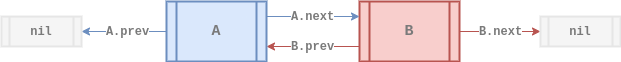
Before: assets/data-structure/linked-list/cll-doubly-example.png, a diagram exported from draw.io (euisblue/vue-blog). Source tidied: cells renumbered, new cells last; positions are measured from the earlier drawing's top-left corner, leaving out a move shared by most shapes. Source of this version:
```xml
<mxGraphModel>
  <root>
    <mxCell id="0" />
    <mxCell id="1" parent="0" />
    <mxCell id="2" value="&lt;b style=&quot;color: rgb(0 , 0 , 0) ; font-size: 11px ; font-style: normal ; letter-spacing: normal ; text-align: center ; text-indent: 0px ; text-transform: none ; word-spacing: 0px ; font-family: &amp;#34;courier new&amp;#34;&quot;&gt;&lt;font color=&quot;#7a7a7a&quot; style=&quot;font-size: 12px&quot;&gt;B.prev&lt;/font&gt;&lt;/b&gt;" style="edgeStyle=none;rounded=0;sketch=0;jettySize=auto;html=1;exitX=0;exitY=0.75;exitDx=0;exitDy=0;entryX=1;entryY=0.75;entryDx=0;entryDy=0;strokeColor=#b85450;strokeWidth=1;fillColor=#f8cecc;" parent="1" edge="1" source="3" target="6">
      <mxGeometry relative="1" as="geometry" />
    </mxCell>
    <mxCell id="3" value="&lt;b&gt;&lt;font style=&quot;font-size: 15px ; font-style: normal&quot; face=&quot;Courier New&quot; color=&quot;#7a7a7a&quot;&gt;B&lt;/font&gt;&lt;/b&gt;" style="shape=process;whiteSpace=wrap;html=1;backgroundOutline=1;fillColor=#f8cecc;strokeColor=#b85450;gradientDirection=east;strokeWidth=2;shadow=0;glass=0;sketch=0;fontStyle=2;" parent="1" vertex="1">
      <mxGeometry x="358" width="100" height="60" as="geometry" />
    </mxCell>
    <mxCell id="4" value="&lt;b style=&quot;font-size: 11px; letter-spacing: normal; text-align: center; text-indent: 0px; text-transform: none; word-spacing: 0px; font-family: &amp;quot;courier new&amp;quot;;&quot;&gt;&lt;font style=&quot;font-size: 12px&quot; color=&quot;#7a7a7a&quot;&gt;A.next&lt;/font&gt;&lt;/b&gt;" style="rounded=0;sketch=0;jettySize=auto;html=1;exitX=1;exitY=0.25;exitDx=0;exitDy=0;entryX=0;entryY=0.25;entryDx=0;entryDy=0;strokeColor=#6c8ebf;strokeWidth=1;fillColor=#dae8fc;fontStyle=0;" parent="1" edge="1" source="6" target="3">
      <mxGeometry x="-0.01" relative="1" as="geometry" />
    </mxCell>
    <mxCell id="5" value="&lt;b style=&quot;color: rgb(0 , 0 , 0) ; font-size: 11px ; font-style: normal ; letter-spacing: normal ; text-align: center ; text-indent: 0px ; text-transform: none ; word-spacing: 0px ; font-family: &amp;#34;courier new&amp;#34;&quot;&gt;&lt;font color=&quot;#7a7a7a&quot; style=&quot;font-size: 12px&quot;&gt;A.prev&lt;/font&gt;&lt;/b&gt;" style="edgeStyle=orthogonalEdgeStyle;curved=1;rounded=0;sketch=0;jettySize=auto;html=1;exitX=0;exitY=0.5;exitDx=0;exitDy=0;strokeColor=#6c8ebf;strokeWidth=1;fillColor=#dae8fc;entryX=1;entryY=0.5;entryDx=0;entryDy=0;" parent="1" edge="1" source="6" target="9">
      <mxGeometry x="-0.09" relative="1" as="geometry" />
    </mxCell>
    <mxCell id="6" value="&lt;div&gt;&lt;font color=&quot;#7a7a7a&quot; face=&quot;courier new&quot; style=&quot;font-size: 15px&quot;&gt;A&lt;/font&gt;&lt;/div&gt;" style="shape=process;whiteSpace=wrap;html=1;backgroundOutline=1;fillColor=#dae8fc;strokeColor=#6c8ebf;gradientDirection=east;strokeWidth=2;shadow=0;glass=0;align=center;sketch=0;fontStyle=1;" parent="1" vertex="1">
      <mxGeometry x="165" width="100" height="60" as="geometry" />
    </mxCell>
    <mxCell id="7" value="&lt;font face=&quot;Courier New&quot; color=&quot;#7a7a7a&quot; size=&quot;1&quot;&gt;&lt;b style=&quot;font-size: 12px&quot;&gt;B.next&lt;/b&gt;&lt;/font&gt;" style="rounded=0;jettySize=auto;html=1;exitX=1;exitY=0.5;exitDx=0;exitDy=0;endArrow=classic;endFill=1;strokeColor=#b85450;strokeWidth=1;fillColor=#f8cecc;fontStyle=0;entryX=0;entryY=0.5;entryDx=0;entryDy=0;" parent="1" edge="1" source="3" target="8">
      <mxGeometry relative="1" as="geometry" />
    </mxCell>
    <mxCell id="8" value="&lt;b&gt;&lt;font style=&quot;font-style: normal ; font-size: 12px&quot; face=&quot;Courier New&quot; color=&quot;#7a7a7a&quot;&gt;nil&lt;/font&gt;&lt;/b&gt;" style="shape=process;whiteSpace=wrap;html=1;backgroundOutline=1;fillColor=#f5f5f5;gradientDirection=east;strokeWidth=2;shadow=0;glass=0;sketch=0;fontStyle=2;fontColor=#333333;strokeColor=#E6E6E6;" parent="1" vertex="1">
      <mxGeometry x="539" y="15.1" width="80" height="29.9" as="geometry" />
    </mxCell>
    <mxCell id="9" value="&lt;b&gt;&lt;font style=&quot;font-style: normal ; font-size: 12px&quot; face=&quot;Courier New&quot; color=&quot;#7a7a7a&quot;&gt;nil&lt;/font&gt;&lt;/b&gt;" style="shape=process;whiteSpace=wrap;html=1;backgroundOutline=1;fillColor=#f5f5f5;gradientDirection=east;strokeWidth=2;shadow=0;glass=0;sketch=0;fontStyle=2;fontColor=#333333;strokeColor=#E6E6E6;" parent="1" vertex="1">
      <mxGeometry y="15.1" width="80" height="29.9" as="geometry" />
    </mxCell>
  </root>
</mxGraphModel>
```
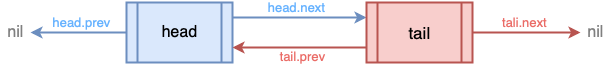
The same file after the commit.

Change to the diagram source:
```diff
@@ -2,29 +2,51 @@
   <root>
     <mxCell id="0" />
     <mxCell id="1" parent="0" />
-    <mxCell id="2" value="&lt;b style=&quot;color: rgb(0 , 0 , 0) ; font-size: 11px ; font-style: normal ; letter-spacing: normal ; text-align: center ; text-indent: 0px ; text-transform: none ; word-spacing: 0px ; font-family: &amp;#34;courier new&amp;#34;&quot;&gt;&lt;font color=&quot;#7a7a7a&quot; style=&quot;font-size: 12px&quot;&gt;B.prev&lt;/font&gt;&lt;/b&gt;" style="edgeStyle=none;rounded=0;sketch=0;jettySize=auto;html=1;exitX=0;exitY=0.75;exitDx=0;exitDy=0;entryX=1;entryY=0.75;entryDx=0;entryDy=0;strokeColor=#b85450;strokeWidth=1;fillColor=#f8cecc;" parent="1" edge="1" source="3" target="6">
-      <mxGeometry relative="1" as="geometry" />
+    <mxCell id="2" value="&lt;font color=&quot;#66b2ff&quot; size=&quot;2&quot;&gt;&lt;span&gt;head.next&lt;/span&gt;&lt;/font&gt;" style="edgeStyle=orthogonalEdgeStyle;rounded=0;jettySize=auto;html=1;exitX=1;exitY=0.25;exitDx=0;exitDy=0;entryX=0;entryY=0.25;entryDx=0;entryDy=0;fillColor=#dae8fc;strokeColor=#6c8ebf;strokeWidth=2;labelBackgroundColor=none;labelBorderColor=none;fontFamily=Helvetica;" parent="1" edge="1" source="3" target="5">
+      <mxGeometry x="-0.04" y="10" relative="1" as="geometry">
+        <Array as="points">
+          <mxPoint x="384" y="221" />
+          <mxPoint x="384" y="221" />
+        </Array>
+      </mxGeometry>
     </mxCell>
-    <mxCell id="3" value="&lt;b&gt;&lt;font style=&quot;font-size: 15px ; font-style: normal&quot; face=&quot;Courier New&quot; color=&quot;#7a7a7a&quot;&gt;B&lt;/font&gt;&lt;/b&gt;" style="shape=process;whiteSpace=wrap;html=1;backgroundOutline=1;fillColor=#f8cecc;strokeColor=#b85450;gradientDirection=east;strokeWidth=2;shadow=0;glass=0;sketch=0;fontStyle=2;" parent="1" vertex="1">
-      <mxGeometry x="358" width="100" height="60" as="geometry" />
+    <mxCell id="3" value="&lt;font&gt;&lt;font size=&quot;3&quot;&gt;head&lt;/font&gt;&lt;br&gt;&lt;/font&gt;" style="shape=process;whiteSpace=wrap;html=1;backgroundOutline=1;strokeWidth=2;fillColor=#dae8fc;strokeColor=#6c8ebf;fontStyle=0;fontFamily=Helvetica;fontSize=14;labelBackgroundColor=none;labelBorderColor=none;" parent="1" vertex="1">
+      <mxGeometry x="204" y="206" width="106" height="60" as="geometry" />
     </mxCell>
-    <mxCell id="4" value="&lt;b style=&quot;font-size: 11px; letter-spacing: normal; text-align: center; text-indent: 0px; text-transform: none; word-spacing: 0px; font-family: &amp;quot;courier new&amp;quot;;&quot;&gt;&lt;font style=&quot;font-size: 12px&quot; color=&quot;#7a7a7a&quot;&gt;A.next&lt;/font&gt;&lt;/b&gt;" style="rounded=0;sketch=0;jettySize=auto;html=1;exitX=1;exitY=0.25;exitDx=0;exitDy=0;entryX=0;entryY=0.25;entryDx=0;entryDy=0;strokeColor=#6c8ebf;strokeWidth=1;fillColor=#dae8fc;fontStyle=0;" parent="1" edge="1" source="6" target="3">
-      <mxGeometry x="-0.01" relative="1" as="geometry" />
+    <mxCell id="4" value="&lt;font color=&quot;#ea6b66&quot; size=&quot;2&quot;&gt;&lt;span&gt;tali.next&lt;/span&gt;&lt;/font&gt;" style="edgeStyle=orthogonalEdgeStyle;rounded=0;jettySize=auto;html=1;exitX=1;exitY=0.5;exitDx=0;exitDy=0;fillColor=#f8cecc;strokeColor=#b85450;strokeWidth=2;labelBackgroundColor=none;labelBorderColor=none;fontFamily=Helvetica;align=center;" parent="1" edge="1" source="5">
+      <mxGeometry x="-0.04" y="10" relative="1" as="geometry">
+        <mxPoint x="658" y="236" as="targetPoint" />
+        <Array as="points">
+          <mxPoint x="584" y="236" />
+          <mxPoint x="584" y="236" />
+        </Array>
+      </mxGeometry>
     </mxCell>
-    <mxCell id="5" value="&lt;b style=&quot;color: rgb(0 , 0 , 0) ; font-size: 11px ; font-style: normal ; letter-spacing: normal ; text-align: center ; text-indent: 0px ; text-transform: none ; word-spacing: 0px ; font-family: &amp;#34;courier new&amp;#34;&quot;&gt;&lt;font color=&quot;#7a7a7a&quot; style=&quot;font-size: 12px&quot;&gt;A.prev&lt;/font&gt;&lt;/b&gt;" style="edgeStyle=orthogonalEdgeStyle;curved=1;rounded=0;sketch=0;jettySize=auto;html=1;exitX=0;exitY=0.5;exitDx=0;exitDy=0;strokeColor=#6c8ebf;strokeWidth=1;fillColor=#dae8fc;entryX=1;entryY=0.5;entryDx=0;entryDy=0;" parent="1" edge="1" source="6" target="9">
-      <mxGeometry x="-0.09" relative="1" as="geometry" />
+    <mxCell id="5" value="&lt;font&gt;&lt;font style=&quot;font-size: 17px&quot;&gt;tail&lt;/font&gt;&lt;br&gt;&lt;/font&gt;" style="shape=process;whiteSpace=wrap;html=1;backgroundOutline=1;strokeWidth=2;fillColor=#f8cecc;strokeColor=#b85450;fontStyle=0;fontFamily=Helvetica;fontSize=14;labelBackgroundColor=none;labelBorderColor=none;" parent="1" vertex="1">
+      <mxGeometry x="444" y="206" width="106" height="60" as="geometry" />
     </mxCell>
-    <mxCell id="6" value="&lt;div&gt;&lt;font color=&quot;#7a7a7a&quot; face=&quot;courier new&quot; style=&quot;font-size: 15px&quot;&gt;A&lt;/font&gt;&lt;/div&gt;" style="shape=process;whiteSpace=wrap;html=1;backgroundOutline=1;fillColor=#dae8fc;strokeColor=#6c8ebf;gradientDirection=east;strokeWidth=2;shadow=0;glass=0;align=center;sketch=0;fontStyle=1;" parent="1" vertex="1">
-      <mxGeometry x="165" width="100" height="60" as="geometry" />
+    <mxCell id="6" value="&lt;font color=&quot;#ea6b66&quot; style=&quot;font-size: 13px ; line-height: 95%&quot;&gt;tail.prev&lt;/font&gt;" style="edgeStyle=orthogonalEdgeStyle;rounded=0;jettySize=auto;html=1;exitX=0;exitY=0.75;exitDx=0;exitDy=0;entryX=1;entryY=0.75;entryDx=0;entryDy=0;fillColor=#f8cecc;strokeColor=#b85450;strokeWidth=2;labelBackgroundColor=none;labelBorderColor=none;fontFamily=Helvetica;align=center;" parent="1" edge="1" source="5" target="3">
+      <mxGeometry x="-0.04" y="10" relative="1" as="geometry">
+        <Array as="points">
+          <mxPoint x="404" y="251" />
+          <mxPoint x="404" y="251" />
+        </Array>
+      </mxGeometry>
     </mxCell>
-    <mxCell id="7" value="&lt;font face=&quot;Courier New&quot; color=&quot;#7a7a7a&quot; size=&quot;1&quot;&gt;&lt;b style=&quot;font-size: 12px&quot;&gt;B.next&lt;/b&gt;&lt;/font&gt;" style="rounded=0;jettySize=auto;html=1;exitX=1;exitY=0.5;exitDx=0;exitDy=0;endArrow=classic;endFill=1;strokeColor=#b85450;strokeWidth=1;fillColor=#f8cecc;fontStyle=0;entryX=0;entryY=0.5;entryDx=0;entryDy=0;" parent="1" edge="1" source="3" target="8">
-      <mxGeometry relative="1" as="geometry" />
+    <mxCell id="7" value="&lt;font color=&quot;#66b2ff&quot; size=&quot;2&quot;&gt;&lt;span&gt;head.prev&lt;/span&gt;&lt;/font&gt;" style="edgeStyle=orthogonalEdgeStyle;rounded=0;jettySize=auto;html=1;exitX=0;exitY=0.5;exitDx=0;exitDy=0;fillColor=#dae8fc;strokeColor=#6c8ebf;strokeWidth=2;labelBackgroundColor=none;labelBorderColor=none;fontFamily=Helvetica;" parent="1" edge="1" source="3">
+      <mxGeometry x="-0.05" y="-10" relative="1" as="geometry">
+        <mxPoint x="108" y="236" as="targetPoint" />
+        <Array as="points">
+          <mxPoint x="128" y="236" />
+          <mxPoint x="128" y="236" />
+        </Array>
+      </mxGeometry>
     </mxCell>
-    <mxCell id="8" value="&lt;b&gt;&lt;font style=&quot;font-style: normal ; font-size: 12px&quot; face=&quot;Courier New&quot; color=&quot;#7a7a7a&quot;&gt;nil&lt;/font&gt;&lt;/b&gt;" style="shape=process;whiteSpace=wrap;html=1;backgroundOutline=1;fillColor=#f5f5f5;gradientDirection=east;strokeWidth=2;shadow=0;glass=0;sketch=0;fontStyle=2;fontColor=#333333;strokeColor=#E6E6E6;" parent="1" vertex="1">
-      <mxGeometry x="539" y="15.1" width="80" height="29.9" as="geometry" />
+    <mxCell id="8" value="&lt;font color=&quot;#808080&quot; style=&quot;font-size: 16px&quot;&gt;nil&lt;/font&gt;" style="text;html=1;align=center;verticalAlign=middle;points=[];fontFamily=Helvetica;fontColor=#666666;labelBackgroundColor=none;" parent="1" vertex="1">
+      <mxGeometry x="658" y="226" width="30" height="20" as="geometry" />
     </mxCell>
-    <mxCell id="9" value="&lt;b&gt;&lt;font style=&quot;font-style: normal ; font-size: 12px&quot; face=&quot;Courier New&quot; color=&quot;#7a7a7a&quot;&gt;nil&lt;/font&gt;&lt;/b&gt;" style="shape=process;whiteSpace=wrap;html=1;backgroundOutline=1;fillColor=#f5f5f5;gradientDirection=east;strokeWidth=2;shadow=0;glass=0;sketch=0;fontStyle=2;fontColor=#333333;strokeColor=#E6E6E6;" parent="1" vertex="1">
-      <mxGeometry y="15.1" width="80" height="29.9" as="geometry" />
+    <mxCell id="9" value="&lt;font color=&quot;#808080&quot; style=&quot;font-size: 16px&quot;&gt;nil&lt;/font&gt;" style="text;html=1;align=center;verticalAlign=middle;points=[];fontFamily=Helvetica;fillColor=none;labelBackgroundColor=none;" parent="1" vertex="1">
+      <mxGeometry x="78" y="226" width="30" height="20" as="geometry" />
     </mxCell>
   </root>
 </mxGraphModel>
```
